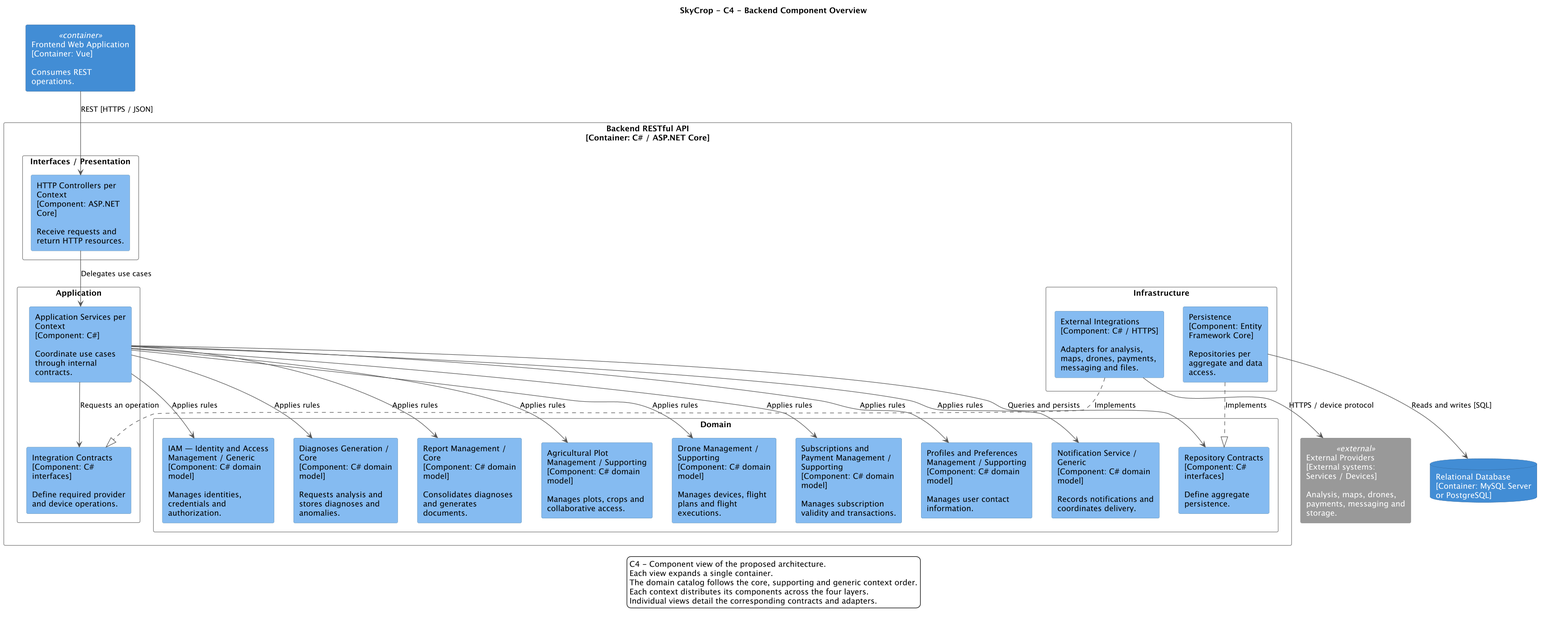
Above: resources/imgs/Software Architecture Diagram/Components-Backend-updated.png in upc-pre-202620-1asi0730-8093-greentech/skycrop-report (PlantUML), before the change.
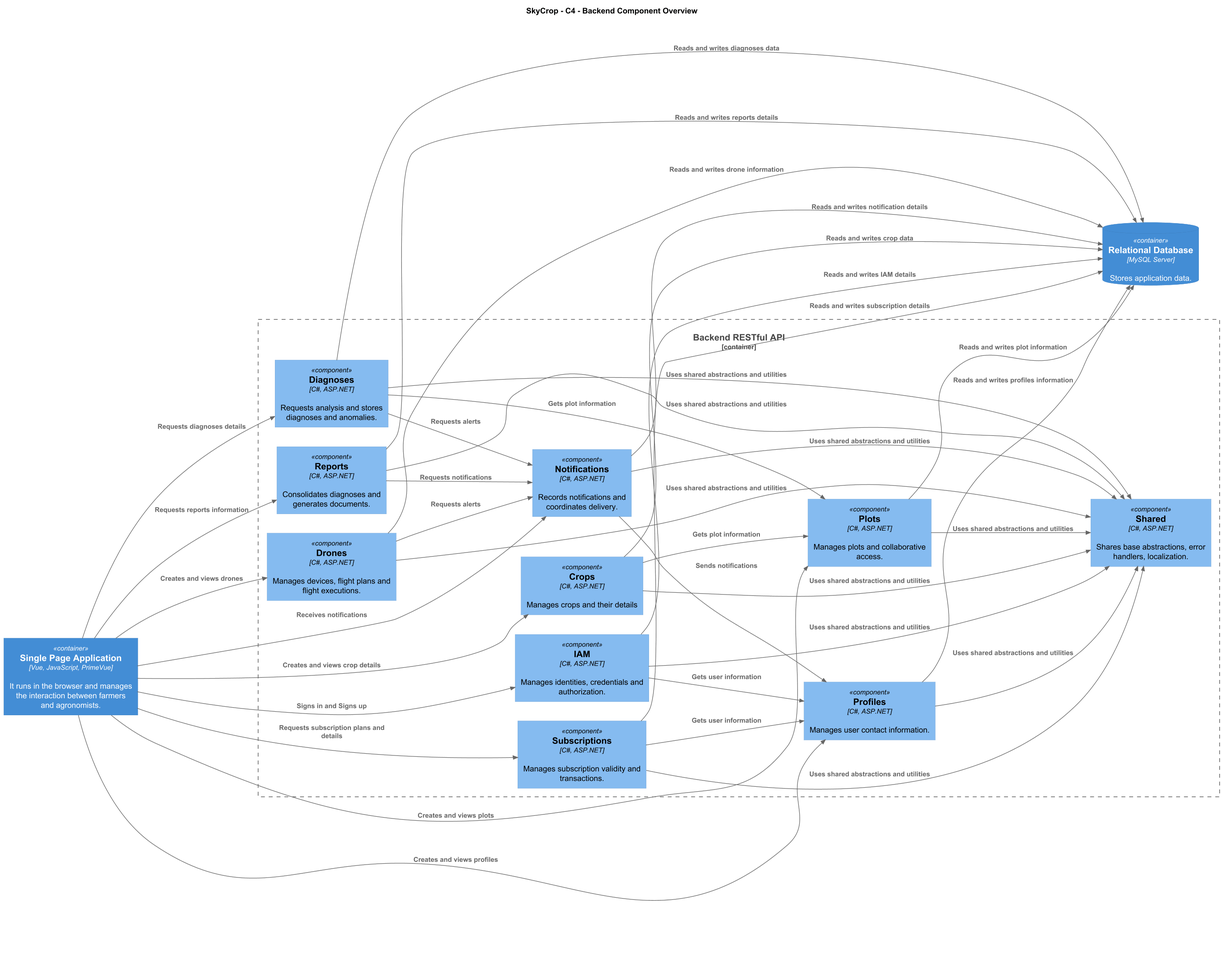
The same file after the commit.

Commit message:
feat(diagrams): update backend component diagram

What changed in the source:
```diff
@@ -1,101 +1,79 @@
 @startuml
-skinparam monochrome false
-skinparam backgroundColor #ffffff
-skinparam actorStyle rectangle
-skinparam actor {
-  BackgroundColor #08427b
-  BorderColor #08427b
-  FontColor #ffffff
+!include https://raw.githubusercontent.com/plantuml-stdlib/C4-PlantUML/master/C4_Component.puml
+
+skinparam shadowing false
+skinparam dpi 150
+skinparam defaultFontName SansSerif
+skinparam wrapWidth 220
+left to right direction
+
+title SkyCrop - C4 - Backend Component Overview
+
+Container(spa, "Single Page Application", "Vue, JavaScript, PrimeVue", "It runs in the browser and manages the interaction between farmers and agronomists.")
+
+ContainerDb(db, "Relational Database", "MySQL Server", "Stores application data.")
+
+Container_Boundary(api, "Backend RESTful API") {
+
+
+
+Component(shared, "Shared",                  "C#, ASP.NET", "Shares base abstractions, error handlers, localization.")
+Component(diagnoses, "Diagnoses",            "C#, ASP.NET", "Requests analysis and stores diagnoses and anomalies.")
+Component(reports, "Reports",                "C#, ASP.NET", "Consolidates diagnoses and generates documents.")
+Component(plots, "Plots",                    "C#, ASP.NET", "Manages plots and collaborative access.")
+Component(crops, "Crops",                    "C#, ASP.NET", "Manages crops and their details")
+Component(drones, "Drones",                  "C#, ASP.NET", "Manages devices, flight plans and flight executions.")
+Component(subscriptions, "Subscriptions",    "C#, ASP.NET", "Manages subscription validity and transactions.")
+Component(profiles, "Profiles",              "C#, ASP.NET", "Manages user contact information.")
+Component(notifications, "Notifications",    "C#, ASP.NET", "Records notifications and coordinates delivery.")
+Component(iam, "IAM",                        "C#, ASP.NET", "Manages identities, credentials and authorization.")
+
 }
-skinparam component {
-  BackgroundColor #85bbf0
-  BorderColor #5b8bb1
-  FontColor #000000
-  BackgroundColor<<container>> #438dd5
-  BorderColor<<container>> #2e6295
-  FontColor<<container>> #ffffff
-  BackgroundColor<<external>> #999999
-  BorderColor<<external>> #777777
-  FontColor<<external>> #ffffff
-  BackgroundColor<<system>> #1168bd
-  BorderColor<<system>> #0b4884
-  FontColor<<system>> #ffffff
-}
-skinparam database {
-  BackgroundColor #438dd5
-  BorderColor #2e6295
-  FontColor #ffffff
-}
-skinparam rectangle {
-  BackgroundColor #ffffff
-  BorderColor #777777
-  FontColor #000000
-}
-skinparam ArrowColor #555555
-skinparam shadowing false
-skinparam dpi 120
-skinparam defaultFontName SansSerif
-skinparam componentStyle rectangle
-skinparam wrapWidth 180
-skinparam nodesep 35
-skinparam ranksep 45
-top to bottom direction
-title SkyCrop - C4 - Backend Component Overview
-component "Frontend Web Application\n[Container: Vue]\n\nConsumes REST operations." as web <<container>>
-rectangle "Backend RESTful API\n[Container: C# / ASP.NET Core]" {
-rectangle "Interfaces / Presentation" {
-component "HTTP Controllers per Context\n[Component: ASP.NET Core]\n\nReceive requests and return HTTP resources." as controllers
-}
-rectangle "Application" {
-component "Application Services per Context\n[Component: C#]\n\nCoordinate use cases through internal contracts." as application
-component "Integration Contracts\n[Component: C# interfaces]\n\nDefine required provider and device operations." as integrationContracts
-}
-rectangle "Domain" {
-component "Diagnoses Generation / Core\n[Component: C# domain model]\n\nRequests analysis and stores diagnoses and anomalies." as diagnoses
-component "Report Management / Core\n[Component: C# domain model]\n\nConsolidates diagnoses and generates documents." as reports
-component "Agricultural Plot Management / Supporting\n[Component: C# domain model]\n\nManages plots, crops and collaborative access." as plots
-component "Drone Management / Supporting\n[Component: C# domain model]\n\nManages devices, flight plans and flight executions." as drones
-component "Subscriptions and Payment Management / Supporting\n[Component: C# domain model]\n\nManages subscription validity and transactions." as subscriptions
-component "Profiles and Preferences Management / Supporting\n[Component: C# domain model]\n\nManages user contact information." as profiles
-component "Notification Service / Generic\n[Component: C# domain model]\n\nRecords notifications and coordinates delivery." as notifications
-component "IAM — Identity and Access Management / Generic\n[Component: C# domain model]\n\nManages identities, credentials and authorization." as iam
-component "Repository Contracts\n[Component: C# interfaces]\n\nDefine aggregate persistence." as repositoryContracts
-}
-rectangle "Infrastructure" {
-component "Persistence\n[Component: Entity Framework Core]\n\nRepositories per aggregate and data access." as persistence
-component "External Integrations\n[Component: C# / HTTPS]\n\nAdapters for analysis, maps, drones, payments, messaging and files." as integrations
-}
-}
-database "Relational Database\n[Container: MySQL Server or PostgreSQL]" as db
-component "External Providers\n[External systems: Services / Devices]\n\nAnalysis, maps, drones, payments, messaging and storage." as providers <<external>>
-web --> controllers : REST [HTTPS / JSON]
-controllers --> application : Delegates use cases
-application --> repositoryContracts : Queries and persists
-application --> integrationContracts : Requests an operation
-persistence ..|> repositoryContracts : Implements
-integrations ..|> integrationContracts : Implements
-application --> diagnoses : Applies rules
-application --> reports : Applies rules
-application --> plots : Applies rules
-application --> drones : Applies rules
-application --> subscriptions : Applies rules
-application --> profiles : Applies rules
-application --> notifications : Applies rules
-application --> iam : Applies rules
-persistence --> db : Reads and writes [SQL]
-integrations --> providers : HTTPS / device protocol
-diagnoses -[hidden]right-> reports
-reports -[hidden]right-> plots
-plots -[hidden]right-> drones
-drones -[hidden]right-> subscriptions
-subscriptions -[hidden]right-> profiles
-profiles -[hidden]right-> notifications
-notifications -[hidden]right-> iam
-legend bottom
-C4 - Component view of the proposed architecture.
-Each view expands a single container.
-The domain catalog follows the core, supporting and generic context order.
-Each context distributes its components across the four layers.
-Individual views detail the corresponding contracts and adapters.
-endlegend
+
+
+Rel(crops, plots, "Gets plot information")
+Rel(diagnoses, plots, "Gets plot information")
+
+Rel(subscriptions, profiles, "Gets user information")
+Rel(notifications, profiles, "Sends notifications")
+Rel(iam, profiles, "Gets user information")
+
+Rel(diagnoses, notifications, "Requests alerts")
+Rel(reports, notifications, "Requests notifications")
+Rel(drones, notifications, "Requests alerts")
+
+Rel(diagnoses,     db,    "Reads and writes diagnoses data")
+Rel(reports,       db,    "Reads and writes reports details")
+Rel(plots,         db,    "Reads and writes plot information")
+Rel(crops,         db,    "Reads and writes crop data")
+Rel(drones,        db,    "Reads and writes drone information")
+Rel(subscriptions, db,    "Reads and writes subscription details")
+Rel(profiles,      db,    "Reads and writes profiles information")
+Rel(notifications, db,    "Reads and writes notification details")
+Rel(iam,           db,    "Reads and writes IAM details")
+
+Rel(diagnoses,     shared,    "Uses shared abstractions and utilities")
+Rel(reports,       shared,    "Uses shared abstractions and utilities")
+Rel(plots,         shared,    "Uses shared abstractions and utilities")
+Rel(crops,         shared,    "Uses shared abstractions and utilities")
+Rel(drones,        shared,    "Uses shared abstractions and utilities")
+Rel(subscriptions, shared,    "Uses shared abstractions and utilities")
+Rel(profiles,      shared,    "Uses shared abstractions and utilities")
+Rel(notifications, shared,    "Uses shared abstractions and utilities")
+Rel(iam,           shared,    "Uses shared abstractions and utilities")
+
+Rel(spa, diagnoses,         "Requests diagnoses details")
+Rel(spa, reports,           "Requests reports information")
+Rel(spa, plots,             "Creates and views plots")
+Rel(spa, crops,             "Creates and views crop details")
+Rel(spa, drones,            "Creates and views drones")
+Rel(spa, subscriptions,     "Requests subscription plans and details")
+Rel(spa, profiles,          "Creates and views profiles")
+Rel(spa, notifications,     "Receives notifications")
+Rel(spa, iam,               "Signs in and Signs up")
+
+
+
+
+
 @enduml
```
